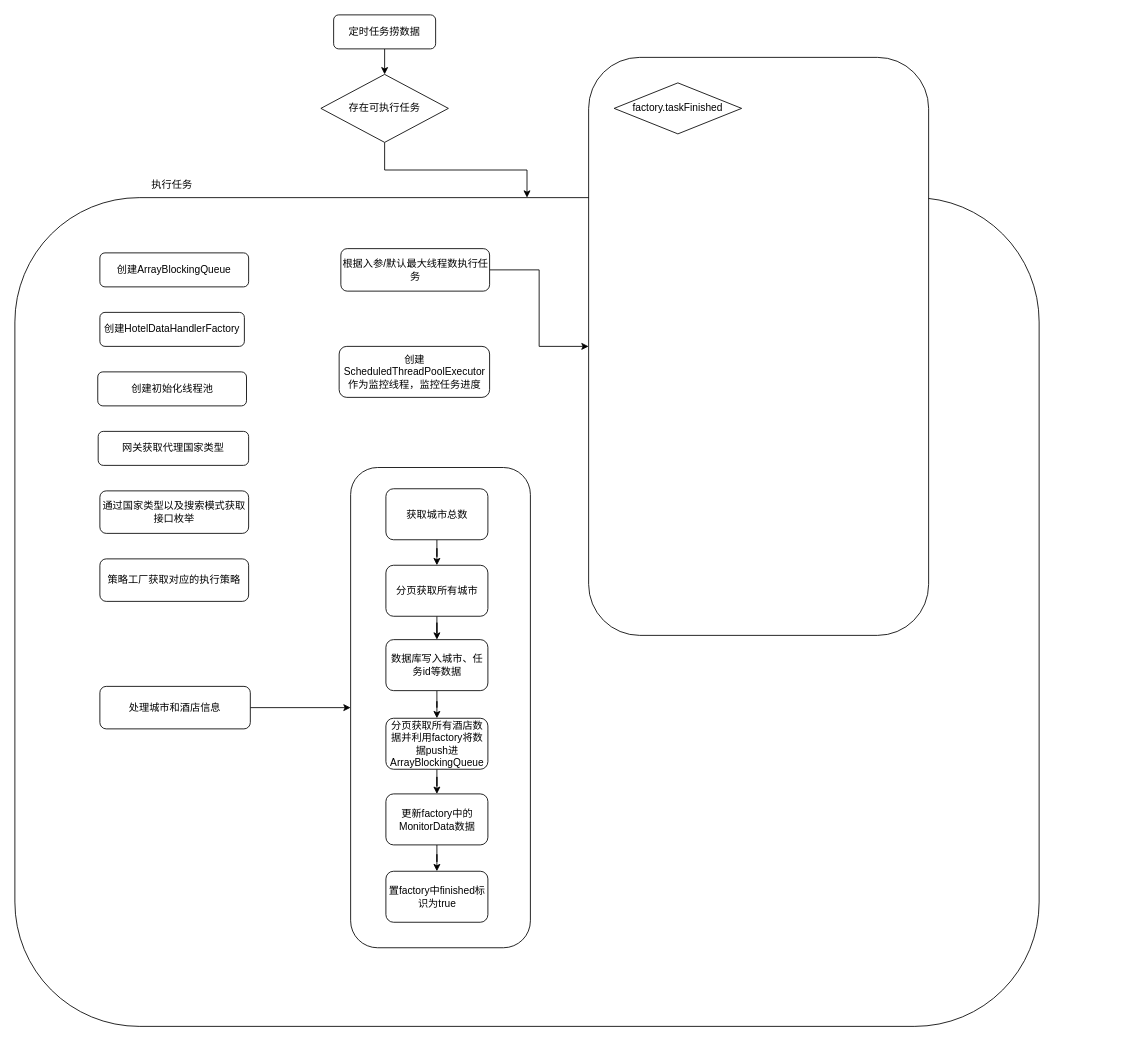
Above: nb/分销数据报表流程图.drawio in zhenjie-chen/diagrams (draw.io), before the change. Source tidied: cells renumbered, new cells numbered last; positions are measured from the earlier drawing's top-left corner, leaving out a move shared by most shapes. Both pictures are drawn from the tidied source at 85%, with x=0, y=0 at pixel (14, 14).
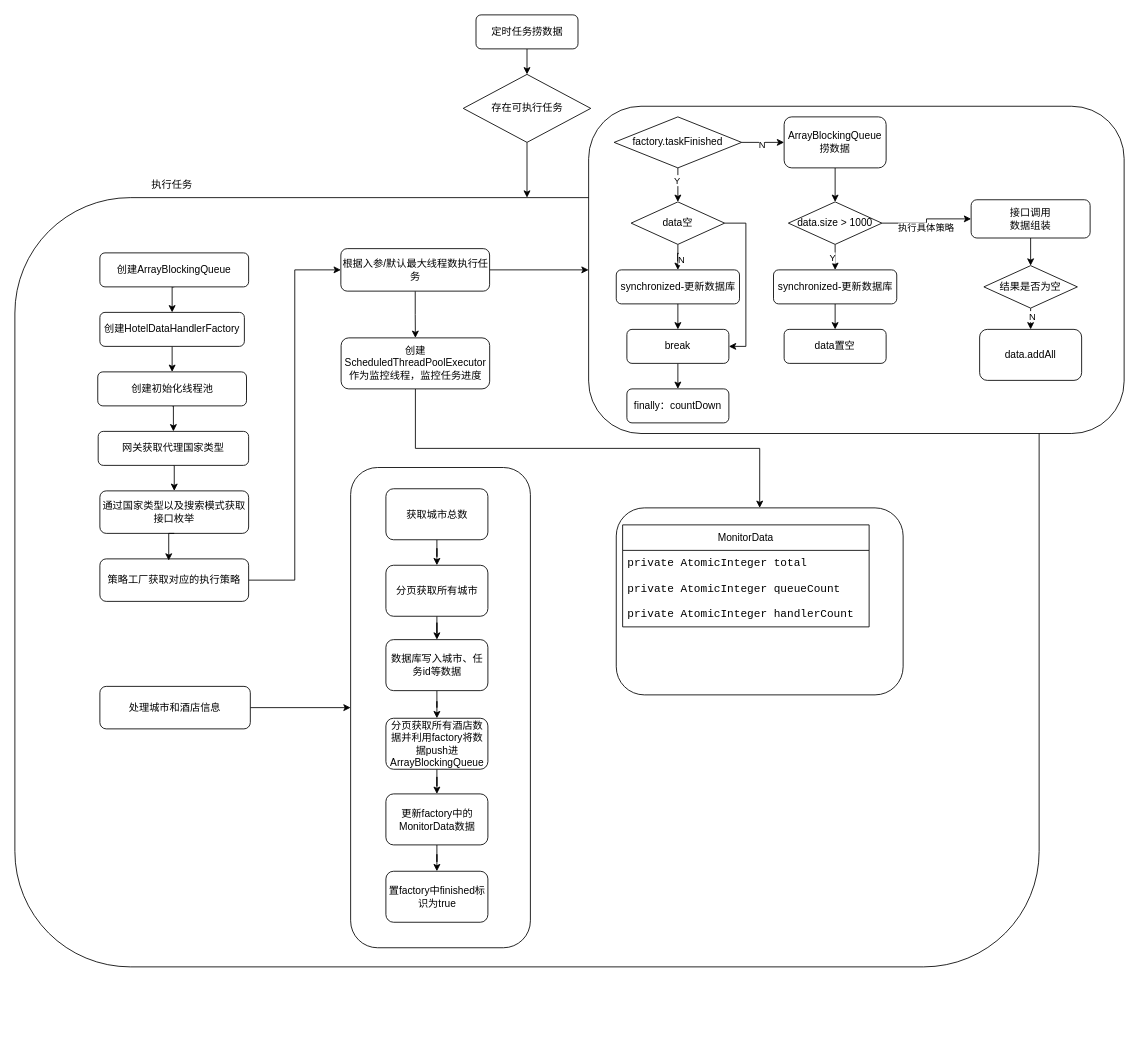
Above is the later version.

Commit message (it also covers changes not shown here):
更新分销数据报表流程图.drawio

Unchanged cells that the change refers to:
```xml
<mxCell id="8" value="创建ArrayBlockingQueue" style="rounded=1;whiteSpace=wrap;html=1;" parent="1" vertex="1">
  <mxGeometry x="100" y="280" width="175" height="40" as="geometry" />
</mxCell>
<mxCell id="9" value="创建HotelDataHandlerFactory" style="rounded=1;whiteSpace=wrap;html=1;" parent="1" vertex="1">
  <mxGeometry x="100" y="350" width="170" height="40" as="geometry" />
</mxCell>
<mxCell id="10" value="创建初始化线程池" style="rounded=1;whiteSpace=wrap;html=1;" parent="1" vertex="1">
  <mxGeometry x="97.5" y="420" width="175" height="40" as="geometry" />
</mxCell>
<mxCell id="12" value="网关获取代理国家类型" style="rounded=1;whiteSpace=wrap;html=1;" parent="1" vertex="1">
  <mxGeometry x="98" y="490" width="177" height="40" as="geometry" />
</mxCell>
<mxCell id="13" value="通过国家类型以及搜索模式获取接口枚举" style="rounded=1;whiteSpace=wrap;html=1;" parent="1" vertex="1">
  <mxGeometry x="100" y="560" width="175" height="50" as="geometry" />
</mxCell>
<mxCell id="14" value="策略工厂获取对应的执行策略" style="rounded=1;whiteSpace=wrap;html=1;" parent="1" vertex="1">
  <mxGeometry x="100" y="640" width="175" height="50" as="geometry" />
</mxCell>
<mxCell id="16" value="根据入参/默认最大线程数执行任务" style="rounded=1;whiteSpace=wrap;html=1;" parent="1" vertex="1">
  <mxGeometry x="383.5" y="275" width="175" height="50" as="geometry" />
</mxCell>
```

What changed in the source:
```diff
@@
     <mxCell id="3" value="定时任务捞数据" style="rounded=1;whiteSpace=wrap;html=1;fontSize=12;glass=0;strokeWidth=1;shadow=0;" parent="1" vertex="1">
-      <mxGeometry x="375" width="120" height="40" as="geometry" />
+      <mxGeometry x="542.5" width="120" height="40" as="geometry" />
     </mxCell>
     <mxCell id="4" style="rounded=1;whiteSpace=wrap;html=1;" parent="1" vertex="1">
-      <mxGeometry y="215" width="1205" height="975" as="geometry" />
+      <mxGeometry y="215" width="1205" height="905" as="geometry" />
     </mxCell>
@@
     <mxCell id="6" value="存在可执行任务" style="rhombus;whiteSpace=wrap;html=1;" parent="1" vertex="1">
-      <mxGeometry x="360" y="70" width="150" height="80" as="geometry" />
+      <mxGeometry x="527.5" y="70" width="150" height="80" as="geometry" />
     </mxCell>
@@
+    <mxCell id="34" style="edgeStyle=orthogonalEdgeStyle;rounded=0;jettySize=auto;html=1;exitX=0.5;exitY=1;exitDx=0;exitDy=0;entryX=0.5;entryY=0;entryDx=0;entryDy=0;" parent="1" edge="1" source="8" target="9">
+      <mxGeometry relative="1" as="geometry" />
+    </mxCell>
@@
+    <mxCell id="35" style="edgeStyle=orthogonalEdgeStyle;rounded=0;jettySize=auto;html=1;exitX=0.5;exitY=1;exitDx=0;exitDy=0;entryX=0.5;entryY=0;entryDx=0;entryDy=0;" parent="1" edge="1" source="9" target="10">
+      <mxGeometry relative="1" as="geometry" />
+    </mxCell>
@@
+    <mxCell id="36" style="edgeStyle=orthogonalEdgeStyle;rounded=0;jettySize=auto;html=1;exitX=0.5;exitY=1;exitDx=0;exitDy=0;entryX=0.5;entryY=0;entryDx=0;entryDy=0;" parent="1" edge="1" source="10" target="12">
+      <mxGeometry relative="1" as="geometry" />
+    </mxCell>
@@
+    <mxCell id="37" style="edgeStyle=orthogonalEdgeStyle;rounded=0;jettySize=auto;html=1;exitX=0.5;exitY=1;exitDx=0;exitDy=0;entryX=0.5;entryY=0;entryDx=0;entryDy=0;" parent="1" edge="1" source="12" target="13">
+      <mxGeometry relative="1" as="geometry" />
+    </mxCell>
@@
+    <mxCell id="38" style="edgeStyle=orthogonalEdgeStyle;rounded=0;jettySize=auto;html=1;exitX=1;exitY=0.5;exitDx=0;exitDy=0;entryX=0;entryY=0.5;entryDx=0;entryDy=0;" parent="1" edge="1" source="14" target="16">
+      <mxGeometry relative="1" as="geometry" />
+    </mxCell>
@@
+    <mxCell id="39" style="edgeStyle=orthogonalEdgeStyle;rounded=0;jettySize=auto;html=1;exitX=0.5;exitY=1;exitDx=0;exitDy=0;entryX=0.5;entryY=0;entryDx=0;entryDy=0;" parent="1" edge="1" source="16" target="17">
+      <mxGeometry relative="1" as="geometry" />
+    </mxCell>
@@
+    <mxCell id="40" style="edgeStyle=orthogonalEdgeStyle;rounded=0;jettySize=auto;html=1;exitX=0.5;exitY=1;exitDx=0;exitDy=0;entryX=0.5;entryY=0;entryDx=0;entryDy=0;" parent="1" edge="1" source="17" target="72">
+      <mxGeometry relative="1" as="geometry" />
+    </mxCell>
     <mxCell id="17" value="创建ScheduledThreadPoolExecutor作为监控线程，监控任务进度" style="rounded=1;whiteSpace=wrap;html=1;" parent="1" vertex="1">
-      <mxGeometry x="381.5" y="390" width="177" height="60" as="geometry" />
+      <mxGeometry x="383.8" y="380" width="174.8" height="60" as="geometry" />
     </mxCell>
-    <mxCell id="18" style="rounded=1;whiteSpace=wrap;html=1;" parent="1" vertex="1">
-      <mxGeometry x="675" y="50" width="400" height="680" as="geometry" />
+    <mxCell id="18" style="rounded=1;whiteSpace=wrap;html=1;arcSize=16;" parent="1" vertex="1">
+      <mxGeometry x="675" y="107.5" width="630" height="385" as="geometry" />
     </mxCell>
@@
+    <mxCell id="41" style="edgeStyle=orthogonalEdgeStyle;rounded=0;jettySize=auto;html=1;exitX=0.5;exitY=1;exitDx=0;exitDy=0;entryX=0.5;entryY=0;entryDx=0;entryDy=0;" parent="1" edge="1" source="33" target="48">
+      <mxGeometry relative="1" as="geometry" />
+    </mxCell>
+    <mxCell id="42" value="Y" style="edgeLabel;html=1;align=center;verticalAlign=middle;" parent="41" vertex="1">
+      <mxGeometry x="-0.3" y="-2" relative="1" as="geometry" />
+    </mxCell>
+    <mxCell id="43" style="edgeStyle=orthogonalEdgeStyle;rounded=0;jettySize=auto;html=1;exitX=1;exitY=0.5;exitDx=0;exitDy=0;entryX=0;entryY=0.5;entryDx=0;entryDy=0;" parent="1" edge="1" source="33" target="51">
+      <mxGeometry relative="1" as="geometry" />
+    </mxCell>
+    <mxCell id="44" value="N" style="edgeLabel;html=1;align=center;verticalAlign=middle;" parent="43" vertex="1">
+      <mxGeometry x="-0.08" y="-2" relative="1" as="geometry" />
+    </mxCell>
     <mxCell id="33" value="factory.taskFinished" style="rhombus;whiteSpace=wrap;html=1;" parent="1" vertex="1">
-      <mxGeometry x="705" y="80" width="150" height="60" as="geometry" />
+      <mxGeometry x="705" y="120" width="150" height="60" as="geometry" />
     </mxCell>
+    <mxCell id="45" style="edgeStyle=orthogonalEdgeStyle;rounded=0;jettySize=auto;html=1;exitX=0.5;exitY=1;exitDx=0;exitDy=0;" parent="1" edge="1" source="48" target="49">
+      <mxGeometry relative="1" as="geometry" />
+    </mxCell>
+    <mxCell id="46" value="N" style="edgeLabel;html=1;align=center;verticalAlign=middle;" parent="45" vertex="1">
+      <mxGeometry x="0.48" y="3" relative="1" as="geometry" />
+    </mxCell>
+    <mxCell id="47" style="edgeStyle=orthogonalEdgeStyle;rounded=0;jettySize=auto;html=1;exitX=1;exitY=0.5;exitDx=0;exitDy=0;entryX=1;entryY=0.5;entryDx=0;entryDy=0;" parent="1" edge="1" source="48" target="53">
+      <mxGeometry relative="1" as="geometry" />
+    </mxCell>
+    <mxCell id="48" value="data空" style="rhombus;whiteSpace=wrap;html=1;" parent="1" vertex="1">
+      <mxGeometry x="725" y="220" width="110" height="50" as="geometry" />
+    </mxCell>
+    <mxCell id="49" value="synchronized-更新数据库" style="rounded=1;whiteSpace=wrap;html=1;" parent="1" vertex="1">
+      <mxGeometry x="707.5" y="300" width="145" height="40" as="geometry" />
+    </mxCell>
+    <mxCell id="50" style="edgeStyle=orthogonalEdgeStyle;rounded=0;jettySize=auto;html=1;exitX=0.5;exitY=1;exitDx=0;exitDy=0;entryX=0.5;entryY=0;entryDx=0;entryDy=0;" parent="1" edge="1" source="51" target="60">
+      <mxGeometry relative="1" as="geometry" />
+    </mxCell>
+    <mxCell id="51" value="ArrayBlockingQueue&lt;br&gt;捞数据" style="rounded=1;whiteSpace=wrap;html=1;" parent="1" vertex="1">
+      <mxGeometry x="905" y="120" width="120" height="60" as="geometry" />
+    </mxCell>
+    <mxCell id="52" style="edgeStyle=orthogonalEdgeStyle;rounded=0;jettySize=auto;html=1;exitX=0.5;exitY=1;exitDx=0;exitDy=0;entryX=0.5;entryY=0;entryDx=0;entryDy=0;" parent="1" edge="1" source="53" target="54">
+      <mxGeometry relative="1" as="geometry" />
+    </mxCell>
+    <mxCell id="53" value="break" style="rounded=1;whiteSpace=wrap;html=1;" parent="1" vertex="1">
+      <mxGeometry x="720" y="370" width="120" height="40" as="geometry" />
+    </mxCell>
+    <mxCell id="54" value="finally：countDown" style="rounded=1;whiteSpace=wrap;html=1;" parent="1" vertex="1">
+      <mxGeometry x="720" y="440" width="120" height="40" as="geometry" />
+    </mxCell>
+    <mxCell id="55" style="edgeStyle=orthogonalEdgeStyle;rounded=0;jettySize=auto;html=1;exitX=0.5;exitY=1;exitDx=0;exitDy=0;entryX=0.5;entryY=0;entryDx=0;entryDy=0;" parent="1" edge="1" source="49" target="53">
+      <mxGeometry relative="1" as="geometry" />
+    </mxCell>
+    <mxCell id="56" style="edgeStyle=orthogonalEdgeStyle;rounded=0;jettySize=auto;html=1;exitX=0.5;exitY=1;exitDx=0;exitDy=0;entryX=0.5;entryY=0;entryDx=0;entryDy=0;" parent="1" edge="1" source="60" target="63">
+      <mxGeometry relative="1" as="geometry" />
+    </mxCell>
+    <mxCell id="57" value="Y" style="edgeLabel;html=1;align=center;verticalAlign=middle;" parent="56" vertex="1">
+      <mxGeometry y="-4" relative="1" as="geometry" />
+    </mxCell>
+    <mxCell id="58" style="edgeStyle=orthogonalEdgeStyle;rounded=0;jettySize=auto;html=1;exitX=1;exitY=0.5;exitDx=0;exitDy=0;entryX=0;entryY=0.5;entryDx=0;entryDy=0;" parent="1" edge="1" source="60" target="66">
+      <mxGeometry relative="1" as="geometry" />
+    </mxCell>
+    <mxCell id="59" value="执行具体策略" style="edgeLabel;html=1;align=center;verticalAlign=middle;" parent="58" vertex="1">
+      <mxGeometry x="-0.07" y="-5" relative="1" as="geometry" />
+    </mxCell>
+    <mxCell id="60" value="data.size &amp;gt; 1000" style="rhombus;whiteSpace=wrap;html=1;" parent="1" vertex="1">
+      <mxGeometry x="910" y="220" width="110" height="50" as="geometry" />
+    </mxCell>
+    <mxCell id="61" style="edgeStyle=orthogonalEdgeStyle;rounded=0;orthogonalLoop=1;jettySize=auto;html=1;exitX=0.5;exitY=1;exitDx=0;exitDy=0;" parent="1" edge="1" source="60" target="60">
+      <mxGeometry relative="1" as="geometry" />
+    </mxCell>
+    <mxCell id="62" style="edgeStyle=orthogonalEdgeStyle;rounded=0;jettySize=auto;html=1;exitX=0.5;exitY=1;exitDx=0;exitDy=0;entryX=0.5;entryY=0;entryDx=0;entryDy=0;" parent="1" edge="1" source="63" target="64">
+      <mxGeometry relative="1" as="geometry" />
+    </mxCell>
+    <mxCell id="63" value="synchronized-更新数据库" style="rounded=1;whiteSpace=wrap;html=1;" parent="1" vertex="1">
+      <mxGeometry x="892.5" y="300" width="145" height="40" as="geometry" />
+    </mxCell>
+    <mxCell id="64" value="data置空" style="rounded=1;whiteSpace=wrap;html=1;" parent="1" vertex="1">
+      <mxGeometry x="905" y="370" width="120" height="40" as="geometry" />
+    </mxCell>
+    <mxCell id="65" style="edgeStyle=orthogonalEdgeStyle;rounded=0;jettySize=auto;html=1;exitX=0.5;exitY=1;exitDx=0;exitDy=0;entryX=0.5;entryY=0;entryDx=0;entryDy=0;" parent="1" edge="1" source="66" target="69">
+      <mxGeometry relative="1" as="geometry" />
+    </mxCell>
+    <mxCell id="66" value="接口调用&lt;br&gt;数据组装" style="rounded=1;whiteSpace=wrap;html=1;" parent="1" vertex="1">
+      <mxGeometry x="1125" y="217.5" width="140" height="45" as="geometry" />
+    </mxCell>
+    <mxCell id="67" style="edgeStyle=orthogonalEdgeStyle;rounded=0;jettySize=auto;html=1;exitX=0.5;exitY=1;exitDx=0;exitDy=0;entryX=0.5;entryY=0;entryDx=0;entryDy=0;" parent="1" edge="1" source="69" target="70">
+      <mxGeometry relative="1" as="geometry" />
+    </mxCell>
+    <mxCell id="68" value="N" style="edgeLabel;html=1;align=center;verticalAlign=middle;" parent="67" vertex="1">
+      <mxGeometry x="-0.27" y="1" relative="1" as="geometry" />
+    </mxCell>
+    <mxCell id="69" value="结果是否为空" style="rhombus;whiteSpace=wrap;html=1;" parent="1" vertex="1">
+      <mxGeometry x="1140" y="295" width="110" height="50" as="geometry" />
+    </mxCell>
+    <mxCell id="70" value="data.addAll" style="rounded=1;whiteSpace=wrap;html=1;" parent="1" vertex="1">
+      <mxGeometry x="1135" y="370" width="120" height="60" as="geometry" />
+    </mxCell>
+    <mxCell id="71" style="edgeStyle=orthogonalEdgeStyle;rounded=0;jettySize=auto;html=1;exitX=0.5;exitY=1;exitDx=0;exitDy=0;entryX=0.463;entryY=0.04;entryDx=0;entryDy=0;entryPerimeter=0;" parent="1" edge="1" source="13" target="14">
+      <mxGeometry relative="1" as="geometry" />
+    </mxCell>
+    <mxCell id="72" style="rounded=1;whiteSpace=wrap;html=1;" parent="1" vertex="1">
+      <mxGeometry x="707.5" y="580" width="337.5" height="220" as="geometry" />
+    </mxCell>
+    <mxCell id="73" value="MonitorData" style="swimlane;fontStyle=0;horizontal=1;startSize=30;whiteSpace=wrap;html=1;" parent="1" vertex="1">
+      <mxGeometry x="715" y="600" width="290" height="120" as="geometry" />
+    </mxCell>
+    <mxCell id="74" value="&lt;div style=&quot;font-family: &amp;quot;JetBrains Mono&amp;quot;, monospace; font-size: 9.8pt;&quot;&gt;&lt;span style=&quot;background-color: rgb(255, 255, 255);&quot;&gt;private AtomicInteger total&lt;/span&gt;&lt;/div&gt;" style="text;strokeColor=none;fillColor=none;align=left;verticalAlign=middle;spacingLeft=4;spacingRight=4;overflow=hidden;whiteSpace=wrap;html=1;" parent="73" vertex="1">
+      <mxGeometry y="30" width="290" height="30" as="geometry" />
+    </mxCell>
+    <mxCell id="75" value="&lt;div style=&quot;font-family: &amp;quot;JetBrains Mono&amp;quot;, monospace; font-size: 9.8pt;&quot;&gt;&lt;span style=&quot;background-color: rgb(255, 255, 255);&quot;&gt;private AtomicInteger queueCount&lt;/span&gt;&lt;/div&gt;" style="text;strokeColor=none;fillColor=none;align=left;verticalAlign=middle;spacingLeft=4;spacingRight=4;overflow=hidden;whiteSpace=wrap;html=1;" parent="73" vertex="1">
+      <mxGeometry y="60" width="290" height="30" as="geometry" />
+    </mxCell>
+    <mxCell id="76" value="&lt;div style=&quot;font-family: &amp;quot;JetBrains Mono&amp;quot;, monospace; font-size: 9.8pt;&quot;&gt;&lt;span style=&quot;background-color: rgb(255, 255, 255);&quot;&gt;private AtomicInteger handlerCount&lt;/span&gt;&lt;/div&gt;" style="text;strokeColor=none;fillColor=none;align=left;verticalAlign=middle;spacingLeft=4;spacingRight=4;overflow=hidden;whiteSpace=wrap;html=1;" parent="73" vertex="1">
+      <mxGeometry y="90" width="290" height="30" as="geometry" />
+    </mxCell>
```
